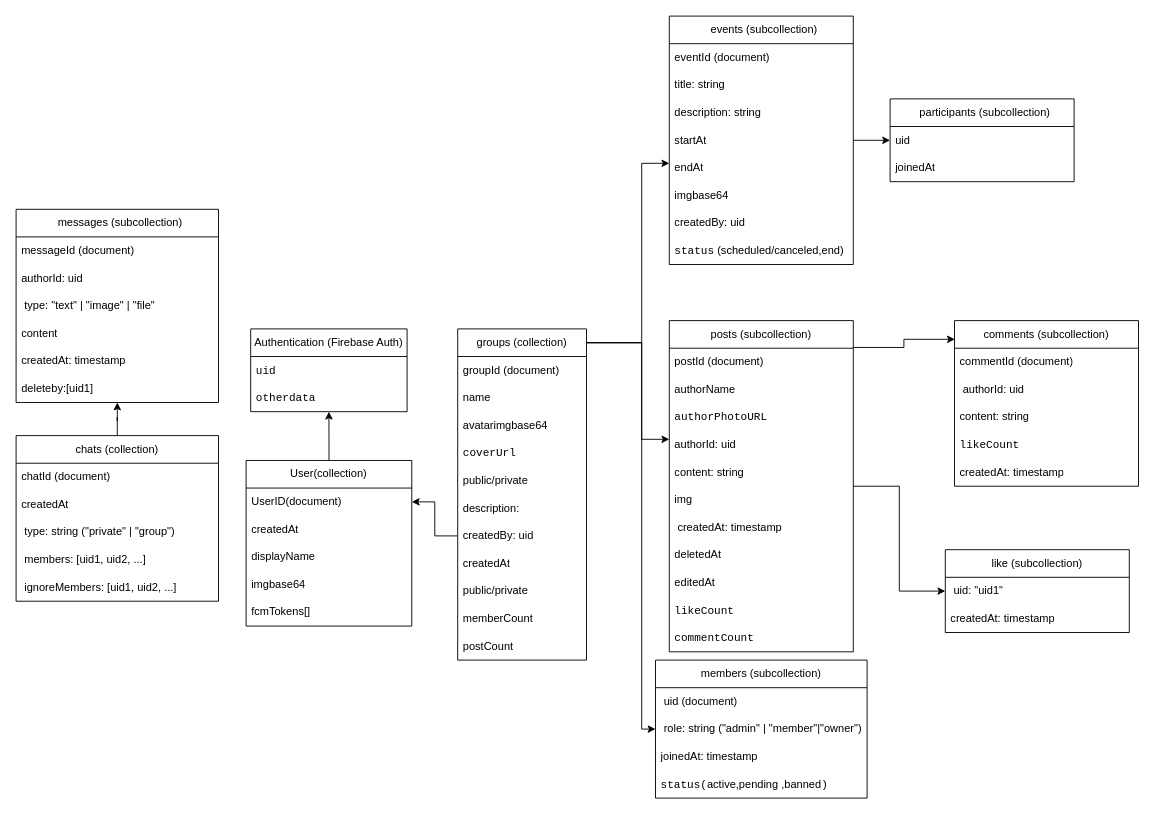
anh1124/NanaClu keeps this draw.io diagram as page "DB" (2 of 3) of other/nanaclu_usercase.drawio. Above is the earlier version. Source tidied: cells renumbered, new cells numbered last; positions are measured from the earlier drawing's top-left corner, leaving out a move shared by most shapes. Both pictures are drawn from the tidied source at 92%, with x=0, y=0 at pixel (16, 16).
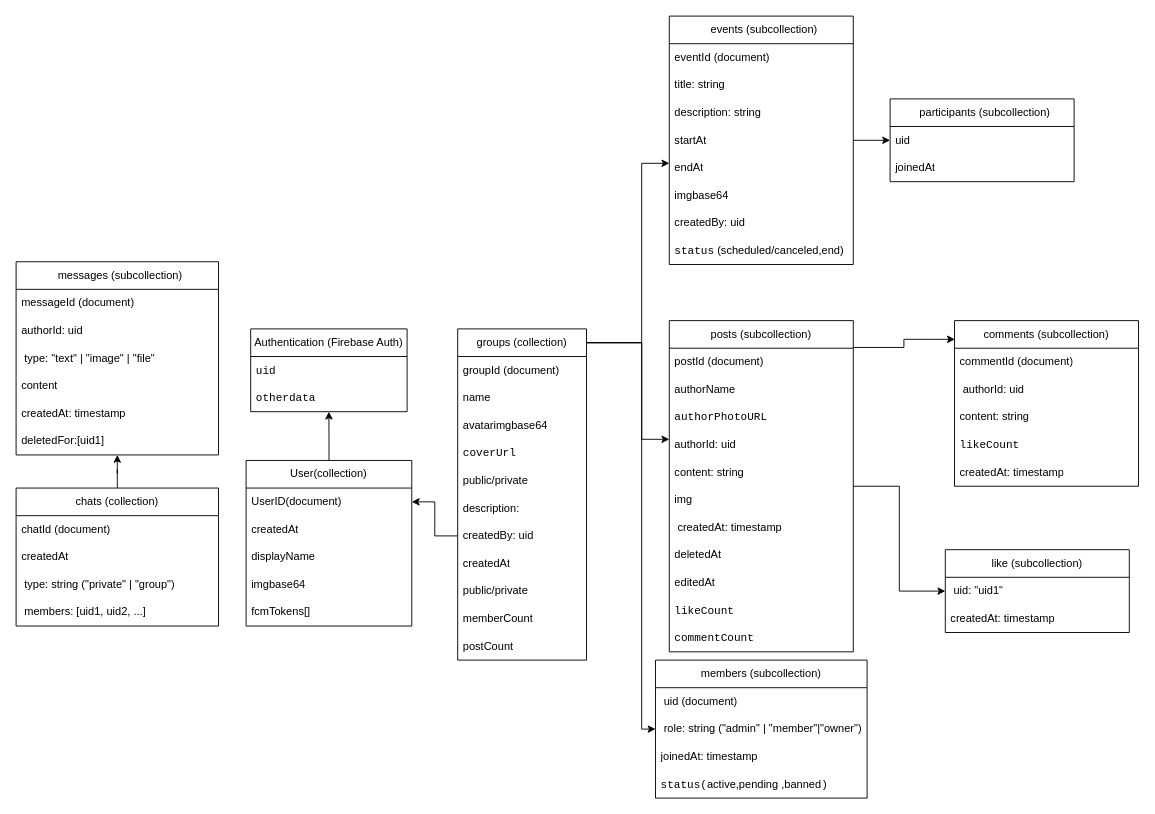
The same page after the edit.

Diff of the diagram source:
```diff
@@
     <mxCell id="62" value="chats (collection)" style="swimlane;fontStyle=0;horizontal=1;startSize=30;whiteSpace=wrap;html=1;" parent="1" vertex="1">
-      <mxGeometry y="456" width="220" height="180" as="geometry" />
+      <mxGeometry y="513" width="220" height="150" as="geometry" />
     </mxCell>
@@
-    <mxCell id="67" value="&amp;nbsp;ignoreMembers: [uid1, uid2, ...]" style="text;strokeColor=none;fillColor=none;align=left;verticalAlign=middle;spacingLeft=4;spacingRight=4;overflow=hidden;whiteSpace=wrap;html=1;" parent="62" vertex="1">
-      <mxGeometry y="150" width="220" height="30" as="geometry" />
-    </mxCell>
     <mxCell id="68" value="&amp;nbsp; messages (subcollection)" style="swimlane;fontStyle=0;horizontal=1;startSize=30;whiteSpace=wrap;html=1;" parent="1" vertex="1">
-      <mxGeometry y="210" width="220" height="210" as="geometry" />
+      <mxGeometry y="267" width="220" height="210" as="geometry" />
     </mxCell>
@@
-    <mxCell id="74" value="deleteby:[uid1]" style="text;strokeColor=none;fillColor=none;align=left;verticalAlign=middle;spacingLeft=4;spacingRight=4;overflow=hidden;whiteSpace=wrap;html=1;" parent="68" vertex="1">
+    <mxCell id="74" value="deletedFor:[uid1]" style="text;strokeColor=none;fillColor=none;align=left;verticalAlign=middle;spacingLeft=4;spacingRight=4;overflow=hidden;whiteSpace=wrap;html=1;" parent="68" vertex="1">
       <mxGeometry y="180" width="220" height="30" as="geometry" />
     </mxCell>
```
